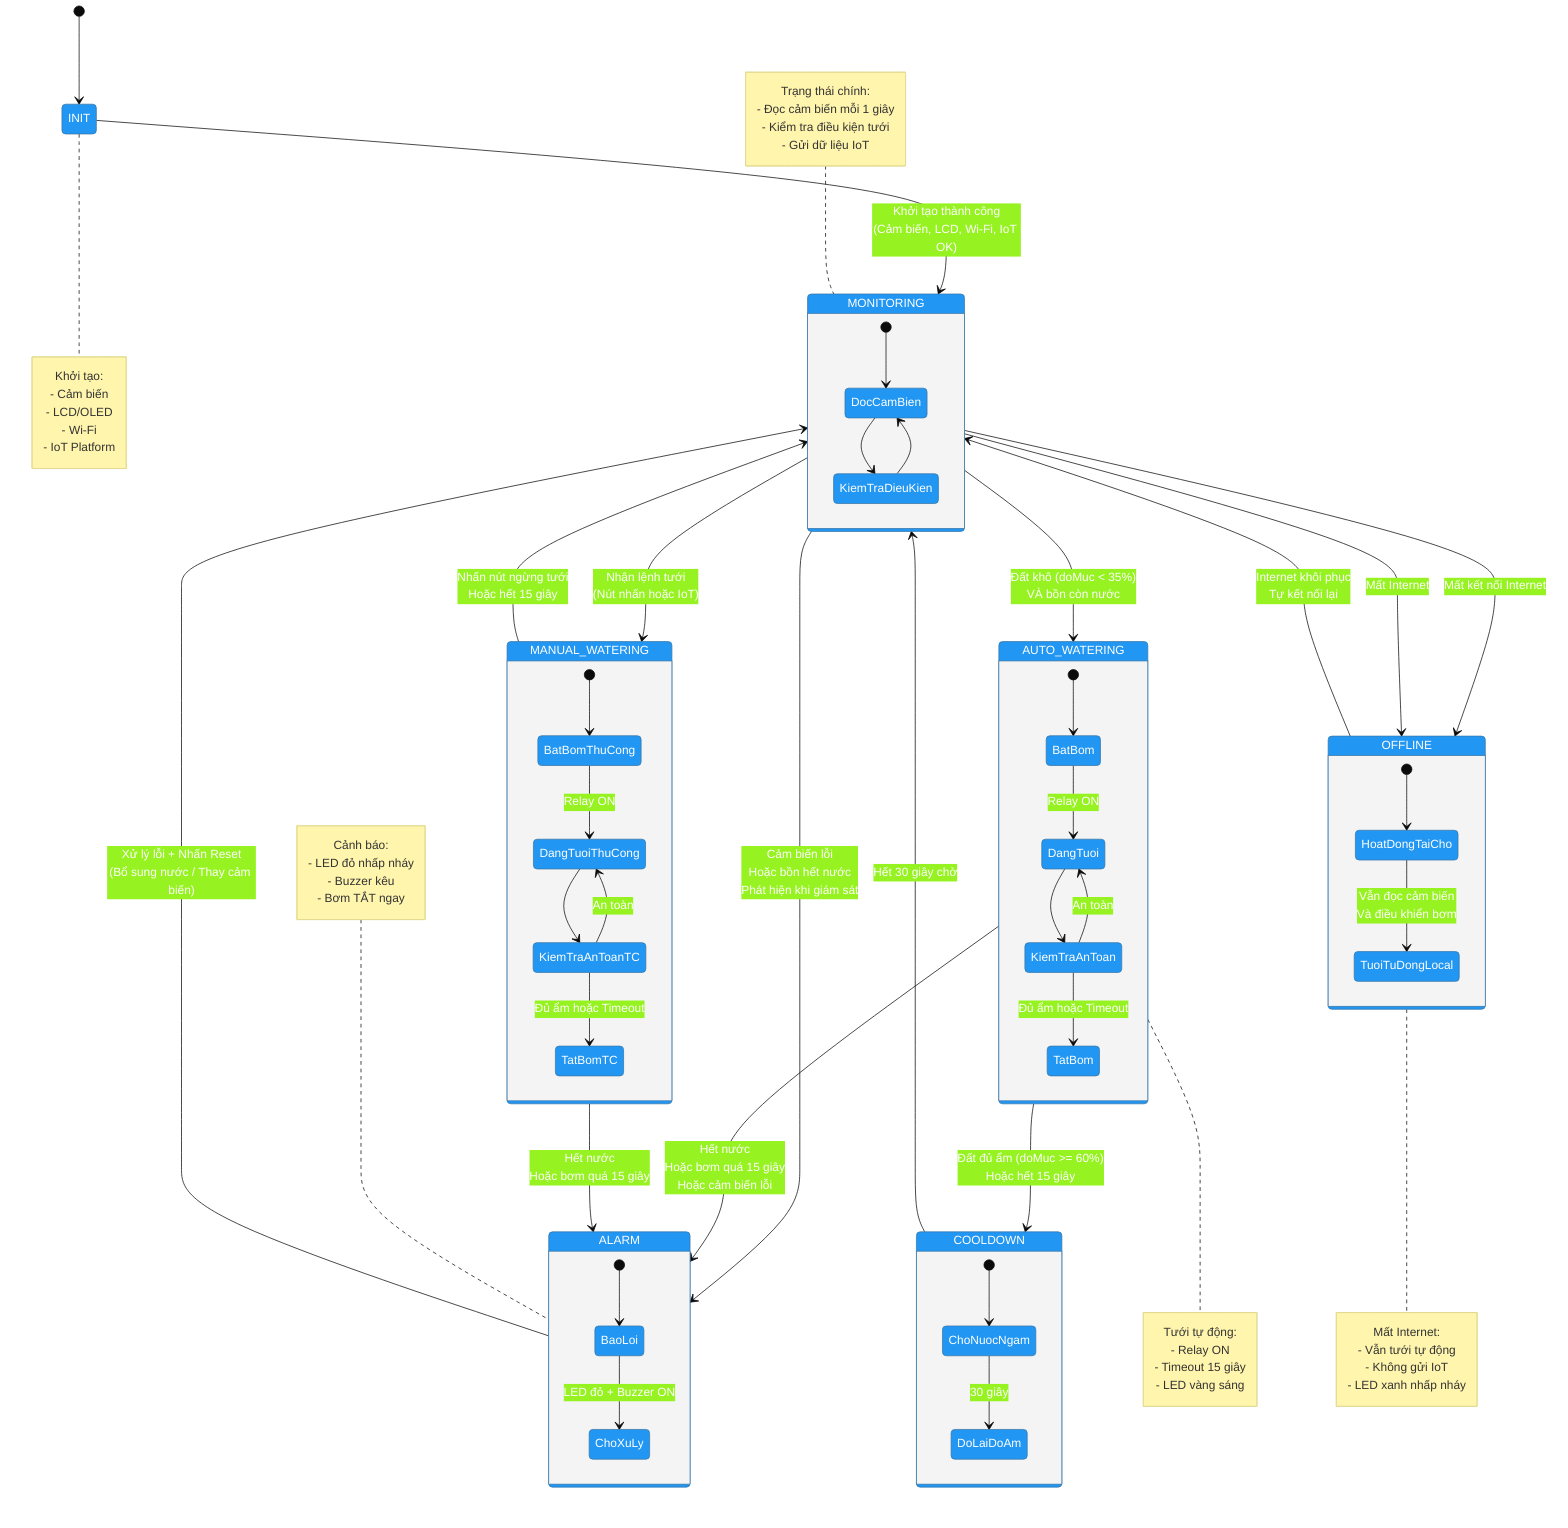
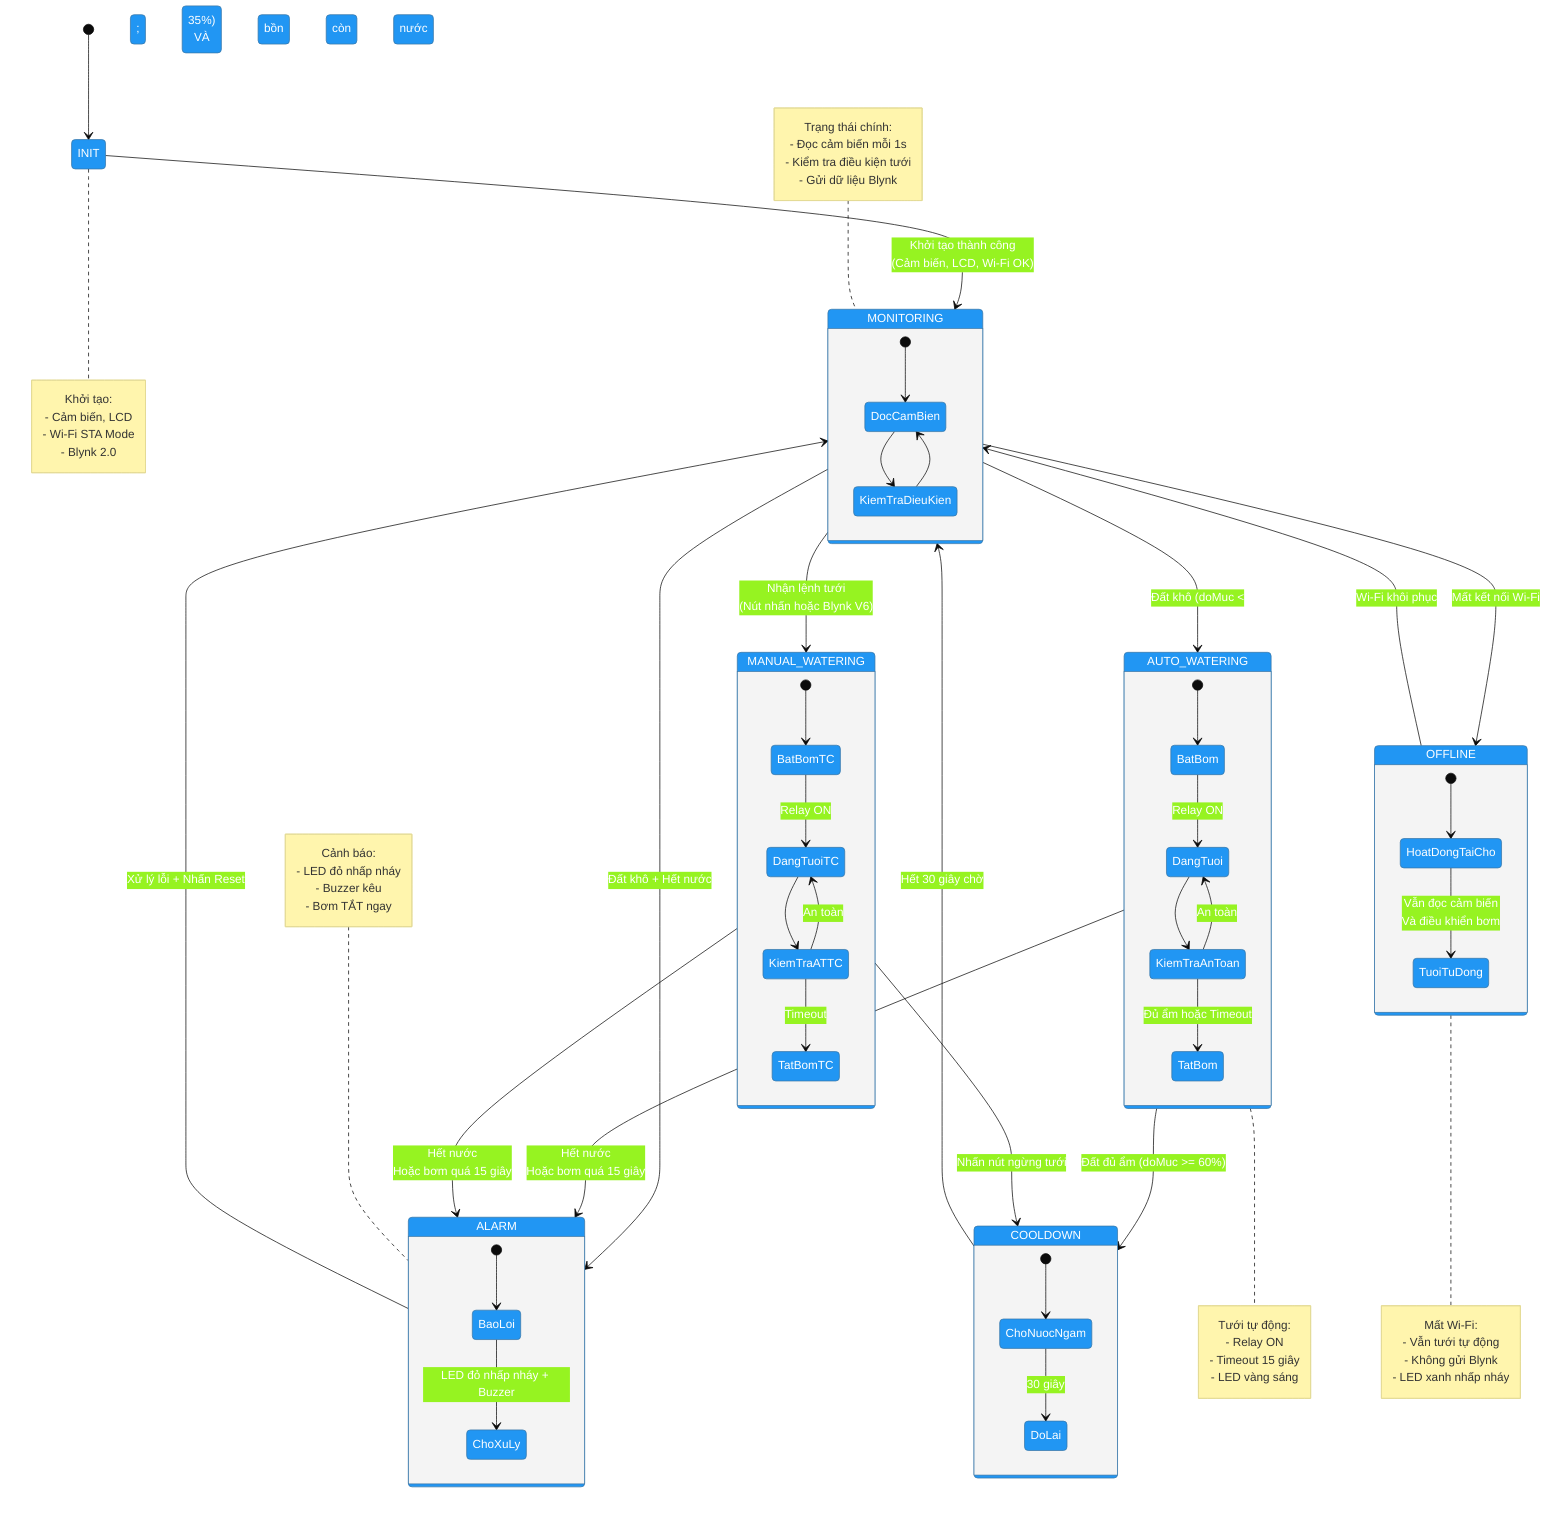
%%{init: {'theme': 'base', 'themeVariables': { 'primaryColor': '#2196F3', 'primaryTextColor': '#fff'}}}%%

stateDiagram-v2
    [*] --> INIT

-     INIT --> MONITORING : Khởi tạo thành công<br/>(Cảm biến, LCD, Wi-Fi, IoT OK)
+     INIT --> MONITORING : Khởi tạo thành công<br/>(Cảm biến, LCD, Wi-Fi OK)

    state MONITORING {
        [*] --> DocCamBien
        DocCamBien --> KiemTraDieuKien
        KiemTraDieuKien --> DocCamBien
    }

-     MONITORING --> AUTO_WATERING : Đất khô (doMuc < 35%)<br/>VÀ bồn còn nước
+     MONITORING --> AUTO_WATERING : Đất khô (doMuc &lt; 35%)<br/>VÀ bồn còn nước

-     MONITORING --> MANUAL_WATERING : Nhận lệnh tưới<br/>(Nút nhấn hoặc IoT)
+     MONITORING --> MANUAL_WATERING : Nhận lệnh tưới<br/>(Nút nhấn hoặc Blynk V6)

-     MONITORING --> OFFLINE : Mất kết nối Internet
+     MONITORING --> ALARM : Đất khô + Hết nước

-     MONITORING --> ALARM : Cảm biến lỗi<br/>Hoặc bồn hết nước<br/>Phát hiện khi giám sát
+     MONITORING --> OFFLINE : Mất kết nối Wi-Fi

    state AUTO_WATERING {
        [*] --> BatBom
        BatBom --> DangTuoi : Relay ON
        DangTuoi --> KiemTraAnToan
        KiemTraAnToan --> DangTuoi : An toàn
        KiemTraAnToan --> TatBom : Đủ ẩm hoặc Timeout
    }

-     AUTO_WATERING --> COOLDOWN : Đất đủ ẩm (doMuc >= 60%)<br/>Hoặc hết 15 giây
+     AUTO_WATERING --> COOLDOWN : Đất đủ ẩm (doMuc >= 60%)

-     AUTO_WATERING --> ALARM : Hết nước<br/>Hoặc bơm quá 15 giây<br/>Hoặc cảm biến lỗi
+     AUTO_WATERING --> ALARM : Hết nước<br/>Hoặc bơm quá 15 giây

    state MANUAL_WATERING {
-         [*] --> BatBomThuCong
-         BatBomThuCong --> DangTuoiThuCong : Relay ON
-         DangTuoiThuCong --> KiemTraAnToanTC
-         KiemTraAnToanTC --> DangTuoiThuCong : An toàn
-         KiemTraAnToanTC --> TatBomTC : Đủ ẩm hoặc Timeout
+         [*] --> BatBomTC
+         BatBomTC --> DangTuoiTC : Relay ON
+         DangTuoiTC --> KiemTraATTC
+         KiemTraATTC --> DangTuoiTC : An toàn
+         KiemTraATTC --> TatBomTC : Timeout
    }

-     MANUAL_WATERING --> MONITORING : Nhấn nút ngừng tưới<br/>Hoặc hết 15 giây
+     MANUAL_WATERING --> COOLDOWN : Nhấn nút ngừng tưới

    MANUAL_WATERING --> ALARM : Hết nước<br/>Hoặc bơm quá 15 giây

    state COOLDOWN {
        [*] --> ChoNuocNgam
-         ChoNuocNgam --> DoLaiDoAm : 30 giây
+         ChoNuocNgam --> DoLai : 30 giây
    }

    COOLDOWN --> MONITORING : Hết 30 giây chờ

    state ALARM {
        [*] --> BaoLoi
-         BaoLoi --> ChoXuLy : LED đỏ + Buzzer ON
+         BaoLoi --> ChoXuLy : LED đỏ nhấp nháy + Buzzer
    }

-     ALARM --> MONITORING : Xử lý lỗi + Nhấn Reset<br/>(Bổ sung nước / Thay cảm biến)
- 
-     MONITORING --> OFFLINE : Mất Internet
+     ALARM --> MONITORING : Xử lý lỗi + Nhấn Reset

    state OFFLINE {
        [*] --> HoatDongTaiCho
-         HoatDongTaiCho --> TuoiTuDongLocal : Vẫn đọc cảm biến<br/>Và điều khiển bơm
+         HoatDongTaiCho --> TuoiTuDong : Vẫn đọc cảm biến<br/>Và điều khiển bơm
    }

-     OFFLINE --> MONITORING : Internet khôi phục<br/>Tự kết nối lại
+     OFFLINE --> MONITORING : Wi-Fi khôi phục

    note right of INIT
        Khởi tạo:
-         - Cảm biến
-         - LCD/OLED
-         - Wi-Fi
-         - IoT Platform
+         - Cảm biến, LCD
+         - Wi-Fi STA Mode
+         - Blynk 2.0
    end note

    note left of MONITORING
        Trạng thái chính:
-         - Đọc cảm biến mỗi 1 giây
+         - Đọc cảm biến mỗi 1s
        - Kiểm tra điều kiện tưới
-         - Gửi dữ liệu IoT
+         - Gửi dữ liệu Blynk
    end note

    note right of AUTO_WATERING
        Tưới tự động:
        - Relay ON
        - Timeout 15 giây
        - LED vàng sáng
    end note

    note left of ALARM
        Cảnh báo:
        - LED đỏ nhấp nháy
        - Buzzer kêu
        - Bơm TẮT ngay
    end note

    note right of OFFLINE
-         Mất Internet:
+         Mất Wi-Fi:
        - Vẫn tưới tự động
-         - Không gửi IoT
+         - Không gửi Blynk
        - LED xanh nhấp nháy
    end note
